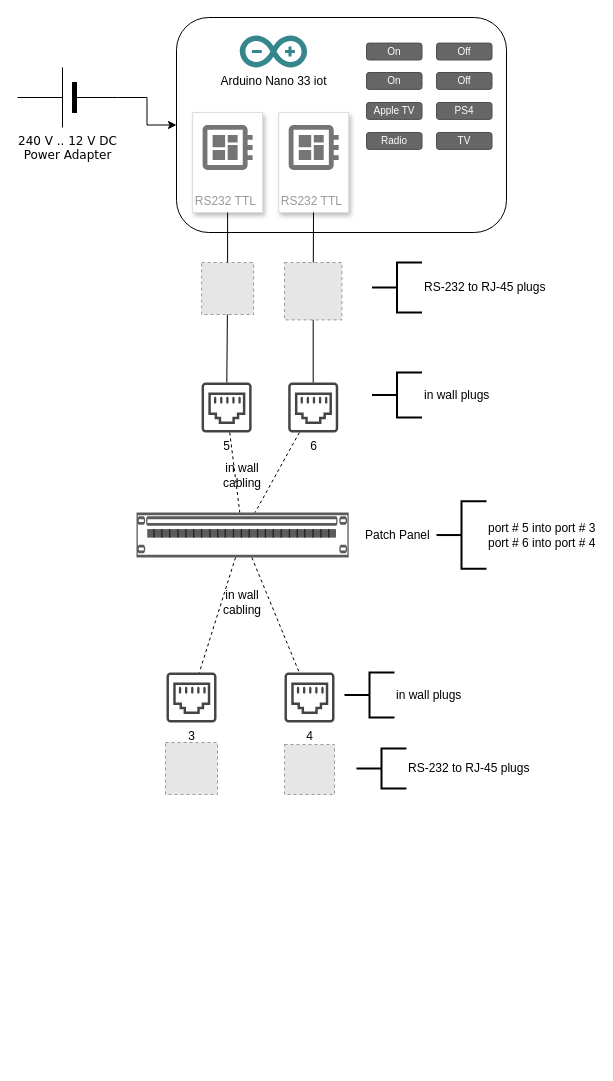
granticini/home-theatre-remote keeps this draw.io diagram as Home-Theatre-Remote.drawio. Above is the earlier version. Source tidied: cells renumbered, new cells numbered last; positions are measured from the earlier drawing's top-left corner, leaving out a move shared by most shapes. Both pictures are drawn from the tidied source at 100%, with x=0, y=0 at pixel (17, 17). Pictures stored in the file or linked from it are replaced by grey dashed boxes.
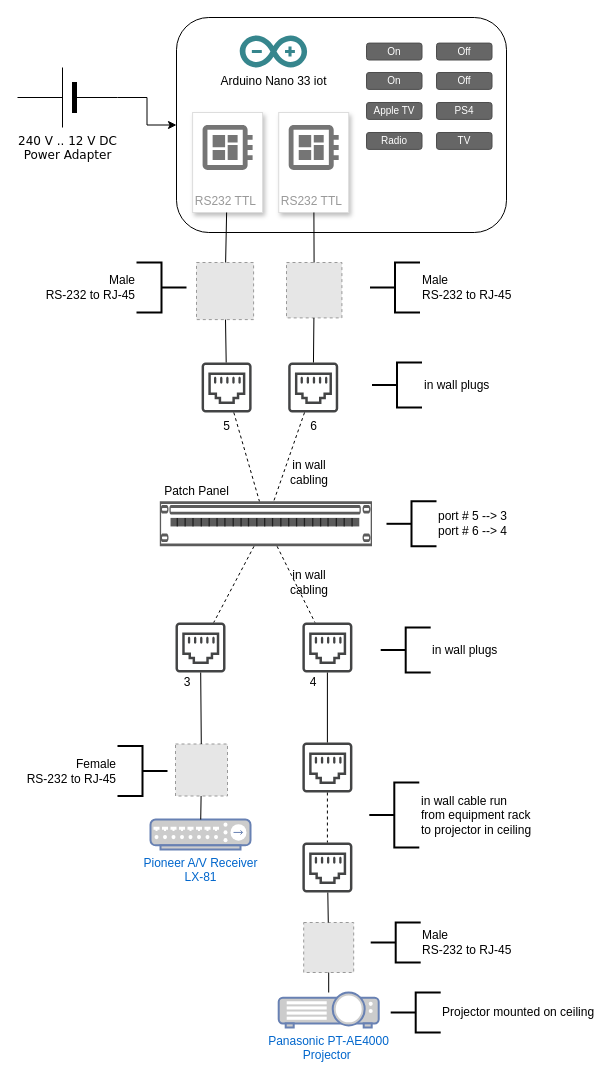
Above is the later version.

Commit message:
All components on diagram now

Change to the diagram source:
```diff
@@
     <mxCell id="4" style="fillColor=#E6E6E6;strokeColor=#999999;dashed=1;html=1;verticalAlign=top;verticalLabelPosition=bottom;labelBackgroundColor=#ffffff;" parent="1" vertex="1">
-      <mxGeometry x="184.1" y="245" width="52" height="52" as="geometry" />
+      <mxGeometry x="179" y="245" width="57.1" height="57.1" as="geometry" />
     </mxCell>
     <mxCell id="5" style="fillColor=#E6E6E6;strokeColor=#999999;dashed=1;html=1;verticalAlign=top;verticalLabelPosition=bottom;labelBackgroundColor=#ffffff;" parent="1" vertex="1">
-      <mxGeometry x="267" y="245" width="57.4" height="57.4" as="geometry" />
+      <mxGeometry x="269" y="245" width="55.4" height="55.4" as="geometry" />
     </mxCell>
     <mxCell id="6" style="fillColor=#E6E6E6;strokeColor=#999999;dashed=1;html=1;verticalAlign=top;verticalLabelPosition=bottom;labelBackgroundColor=#ffffff;" parent="1" vertex="1">
-      <mxGeometry x="267" y="727" width="50" height="50" as="geometry" />
+      <mxGeometry x="286.2" y="905" width="50" height="50" as="geometry" />
     </mxCell>
     <mxCell id="7" style="fillColor=#E6E6E6;strokeColor=#999999;dashed=1;html=1;verticalAlign=top;verticalLabelPosition=bottom;labelBackgroundColor=#ffffff;" parent="1" vertex="1">
-      <mxGeometry x="148" y="725" width="52" height="52" as="geometry" />
+      <mxGeometry x="158" y="726.5" width="52" height="52" as="geometry" />
     </mxCell>
     <mxCell id="8" value="5" style="shadow=0;dashed=0;html=1;strokeColor=none;fillColor=#434445;labelPosition=center;verticalLabelPosition=bottom;verticalAlign=top;align=center;outlineConnect=0;shape=mxgraph.vvd.ethernet_port;" parent="1" vertex="1">
-      <mxGeometry x="184.1" y="365" width="50" height="50" as="geometry" />
+      <mxGeometry x="184.1" y="345" width="50" height="50" as="geometry" />
     </mxCell>
-    <mxCell id="9" value="3" style="shadow=0;dashed=0;html=1;strokeColor=none;fillColor=#434445;labelPosition=center;verticalLabelPosition=bottom;verticalAlign=top;align=center;outlineConnect=0;shape=mxgraph.vvd.ethernet_port;" parent="1" vertex="1">
-      <mxGeometry x="149" y="655" width="50" height="50" as="geometry" />
+    <mxCell id="9" style="shadow=0;dashed=0;html=1;strokeColor=none;fillColor=#434445;labelPosition=center;verticalLabelPosition=bottom;verticalAlign=top;align=center;outlineConnect=0;shape=mxgraph.vvd.ethernet_port;" parent="1" vertex="1">
+      <mxGeometry x="158" y="605" width="50" height="50" as="geometry" />
     </mxCell>
     <mxCell id="10" value="6" style="shadow=0;dashed=0;html=1;strokeColor=none;fillColor=#434445;labelPosition=center;verticalLabelPosition=bottom;verticalAlign=top;align=center;outlineConnect=0;shape=mxgraph.vvd.ethernet_port;" parent="1" vertex="1">
-      <mxGeometry x="270.7" y="365" width="50" height="50" as="geometry" />
+      <mxGeometry x="270.7" y="345" width="50" height="50" as="geometry" />
     </mxCell>
-    <mxCell id="11" value="4" style="shadow=0;dashed=0;html=1;strokeColor=none;fillColor=#434445;labelPosition=center;verticalLabelPosition=bottom;verticalAlign=top;align=center;outlineConnect=0;shape=mxgraph.vvd.ethernet_port;" parent="1" vertex="1">
-      <mxGeometry x="267" y="655" width="50" height="50" as="geometry" />
+    <mxCell id="11" style="shadow=0;dashed=0;html=1;strokeColor=none;fillColor=#434445;labelPosition=center;verticalLabelPosition=bottom;verticalAlign=top;align=center;outlineConnect=0;shape=mxgraph.vvd.ethernet_port;" parent="1" vertex="1">
+      <mxGeometry x="284.9" y="605" width="50" height="50" as="geometry" />
     </mxCell>
@@
-    <mxCell id="13" value="RS-232 to RJ-45 plugs" style="strokeWidth=2;html=1;shape=mxgraph.flowchart.annotation_2;align=left;labelPosition=right;" parent="1" vertex="1">
-      <mxGeometry x="354.5" y="245" width="50" height="50" as="geometry" />
+    <mxCell id="13" value="Male&lt;br&gt;RS-232 to RJ-45" style="strokeWidth=2;html=1;shape=mxgraph.flowchart.annotation_2;align=left;labelPosition=right;" parent="1" vertex="1">
+      <mxGeometry x="352.5" y="245" width="50" height="50" as="geometry" />
     </mxCell>
@@
     <mxCell id="15" value="in wall plugs" style="strokeWidth=2;html=1;shape=mxgraph.flowchart.annotation_2;align=left;labelPosition=right;" parent="1" vertex="1">
-      <mxGeometry x="354.5" y="355" width="50" height="45" as="geometry" />
+      <mxGeometry x="354.5" y="345" width="50" height="45" as="geometry" />
     </mxCell>
-    <mxCell id="16" value="Patch Panel" style="strokeColor=#666666;html=1;labelPosition=right;align=left;spacingLeft=15;shadow=0;dashed=0;outlineConnect=0;shape=mxgraph.rack.general.cat5e_rack_mount_patch_panel_24_ports;" parent="1" vertex="1">
-      <mxGeometry x="119" y="495" width="212.2" height="45" as="geometry" />
+    <mxCell id="16" style="strokeColor=#666666;html=1;labelPosition=right;align=left;spacingLeft=15;shadow=0;dashed=0;outlineConnect=0;shape=mxgraph.rack.general.cat5e_rack_mount_patch_panel_24_ports;" parent="1" vertex="1">
+      <mxGeometry x="142.3" y="483.8" width="212.2" height="45" as="geometry" />
     </mxCell>
-    <mxCell id="17" value="port # 5 into port # 3&lt;br&gt;port # 6 into port # 4" style="strokeWidth=2;html=1;shape=mxgraph.flowchart.annotation_2;align=left;labelPosition=right;" parent="1" vertex="1">
-      <mxGeometry x="419" y="483.8" width="50" height="67.5" as="geometry" />
+    <mxCell id="17" value="port # 5 --&amp;gt; 3&lt;br&gt;port # 6 --&amp;gt; 4" style="strokeWidth=2;html=1;shape=mxgraph.flowchart.annotation_2;align=left;labelPosition=right;" parent="1" vertex="1">
+      <mxGeometry x="369" y="483.8" width="50" height="45" as="geometry" />
     </mxCell>
@@
     <mxCell id="22" value="in wall cabling" style="text;html=1;strokeColor=none;fillColor=none;align=center;verticalAlign=middle;whiteSpace=wrap;rounded=0;" parent="1" vertex="1">
-      <mxGeometry x="205.1" y="575" width="40" height="20" as="geometry" />
+      <mxGeometry x="272" y="555" width="40" height="20" as="geometry" />
     </mxCell>
     <mxCell id="23" value="in wall cabling" style="text;html=1;strokeColor=none;fillColor=none;align=center;verticalAlign=middle;whiteSpace=wrap;rounded=0;" parent="1" vertex="1">
-      <mxGeometry x="205.1" y="447.5" width="40" height="20" as="geometry" />
+      <mxGeometry x="272" y="445" width="40" height="20" as="geometry" />
     </mxCell>
     <mxCell id="24" value="in wall plugs" style="strokeWidth=2;html=1;shape=mxgraph.flowchart.annotation_2;align=left;labelPosition=right;" parent="1" vertex="1">
-      <mxGeometry x="327" y="655" width="50" height="45" as="geometry" />
+      <mxGeometry x="363.2" y="610" width="50" height="45" as="geometry" />
     </mxCell>
-    <mxCell id="25" value="RS-232 to RJ-45 plugs" style="strokeWidth=2;html=1;shape=mxgraph.flowchart.annotation_2;align=left;labelPosition=right;" parent="1" vertex="1">
-      <mxGeometry x="339" y="731" width="50" height="40" as="geometry" />
+    <mxCell id="25" value="Male&lt;br&gt;RS-232 to RJ-45" style="strokeWidth=2;html=1;shape=mxgraph.flowchart.annotation_2;align=left;labelPosition=right;" parent="1" vertex="1">
+      <mxGeometry x="353.2" y="905" width="50" height="40" as="geometry" />
     </mxCell>
@@
+    <mxCell id="42" style="shadow=0;dashed=0;html=1;strokeColor=none;fillColor=#434445;labelPosition=center;verticalLabelPosition=bottom;verticalAlign=top;align=center;outlineConnect=0;shape=mxgraph.vvd.ethernet_port;" parent="1" vertex="1">
+      <mxGeometry x="284.9" y="725" width="50" height="50" as="geometry" />
+    </mxCell>
+    <mxCell id="43" style="shadow=0;dashed=0;html=1;strokeColor=none;fillColor=#434445;labelPosition=center;verticalLabelPosition=bottom;verticalAlign=top;align=center;outlineConnect=0;shape=mxgraph.vvd.ethernet_port;" parent="1" vertex="1">
+      <mxGeometry x="284.9" y="825" width="50" height="50" as="geometry" />
+    </mxCell>
+    <mxCell id="44" style="endArrow=none;html=1;" parent="1" edge="1" source="42" target="11">
+      <mxGeometry relative="1" as="geometry" />
+    </mxCell>
+    <mxCell id="45" style="endArrow=none;dashed=1;html=1;" parent="1" edge="1" source="42" target="43">
+      <mxGeometry relative="1" as="geometry" />
+    </mxCell>
+    <mxCell id="46" value="in wall cable run&lt;br&gt;from equipment rack &lt;br&gt;to projector in ceiling" style="strokeWidth=2;html=1;shape=mxgraph.flowchart.annotation_2;align=left;labelPosition=right;" parent="1" vertex="1">
+      <mxGeometry x="351.8" y="765" width="50" height="65" as="geometry" />
+    </mxCell>
+    <mxCell id="47" style="endArrow=none;html=1;" parent="1" edge="1" source="6" target="43">
+      <mxGeometry relative="1" as="geometry" />
+    </mxCell>
+    <mxCell id="48" style="endArrow=none;html=1;" parent="1" edge="1" source="7" target="9">
+      <mxGeometry relative="1" as="geometry" />
+    </mxCell>
+    <mxCell id="49" value="Panasonic PT-AE4000&lt;br&gt;Projector&amp;nbsp;" style="fontColor=#0066CC;verticalAlign=top;verticalLabelPosition=bottom;labelPosition=center;align=center;html=1;outlineConnect=0;fillColor=#CCCCCC;strokeColor=#6881B3;gradientColor=none;gradientDirection=north;strokeWidth=2;shape=mxgraph.networks.video_projector;" parent="1" vertex="1">
+      <mxGeometry x="261.2" y="975" width="100" height="35" as="geometry" />
+    </mxCell>
+    <mxCell id="50" style="endArrow=none;html=1;" parent="1" edge="1" source="49" target="6">
+      <mxGeometry relative="1" as="geometry" />
+    </mxCell>
+    <mxCell id="51" value="Projector mounted on ceiling" style="strokeWidth=2;html=1;shape=mxgraph.flowchart.annotation_2;align=left;labelPosition=right;" parent="1" vertex="1">
+      <mxGeometry x="373.2" y="975" width="50" height="40" as="geometry" />
+    </mxCell>
+    <mxCell id="52" value="Pioneer A/V Receiver&lt;br&gt;LX-81" style="fontColor=#0066CC;verticalAlign=top;verticalLabelPosition=bottom;labelPosition=center;align=center;html=1;outlineConnect=0;fillColor=#CCCCCC;strokeColor=#6881B3;gradientColor=none;gradientDirection=north;strokeWidth=2;shape=mxgraph.networks.hub;" parent="1" vertex="1">
+      <mxGeometry x="133" y="802" width="100" height="30" as="geometry" />
+    </mxCell>
+    <mxCell id="53" style="endArrow=none;html=1;" parent="1" edge="1" source="52" target="7">
+      <mxGeometry relative="1" as="geometry" />
+    </mxCell>
+    <mxCell id="54" value="Female&lt;br&gt;RS-232 to RJ-45" style="strokeWidth=2;html=1;shape=mxgraph.flowchart.annotation_2;align=right;labelPosition=left;flipH=1;verticalLabelPosition=middle;verticalAlign=middle;" parent="1" vertex="1">
+      <mxGeometry x="100" y="728.5" width="50" height="50" as="geometry" />
+    </mxCell>
+    <mxCell id="55" value="3" style="text;html=1;strokeColor=none;fillColor=none;align=center;verticalAlign=middle;whiteSpace=wrap;rounded=0;" parent="1" vertex="1">
+      <mxGeometry x="150" y="655" width="40" height="20" as="geometry" />
+    </mxCell>
+    <mxCell id="56" value="4" style="text;html=1;strokeColor=none;fillColor=none;align=center;verticalAlign=middle;whiteSpace=wrap;rounded=0;" parent="1" vertex="1">
+      <mxGeometry x="276.2" y="655" width="40" height="20" as="geometry" />
+    </mxCell>
+    <mxCell id="57" value="Male&lt;br&gt;RS-232 to RJ-45" style="strokeWidth=2;html=1;shape=mxgraph.flowchart.annotation_2;align=right;labelPosition=left;flipH=1;verticalLabelPosition=middle;verticalAlign=middle;" parent="1" vertex="1">
+      <mxGeometry x="119" y="245" width="50" height="50" as="geometry" />
+    </mxCell>
+    <mxCell id="58" value="Patch Panel" style="text;html=1;strokeColor=none;fillColor=none;align=center;verticalAlign=middle;whiteSpace=wrap;rounded=0;" parent="1" vertex="1">
+      <mxGeometry x="142.3" y="463.8" width="74.9" height="20" as="geometry" />
+    </mxCell>
```
